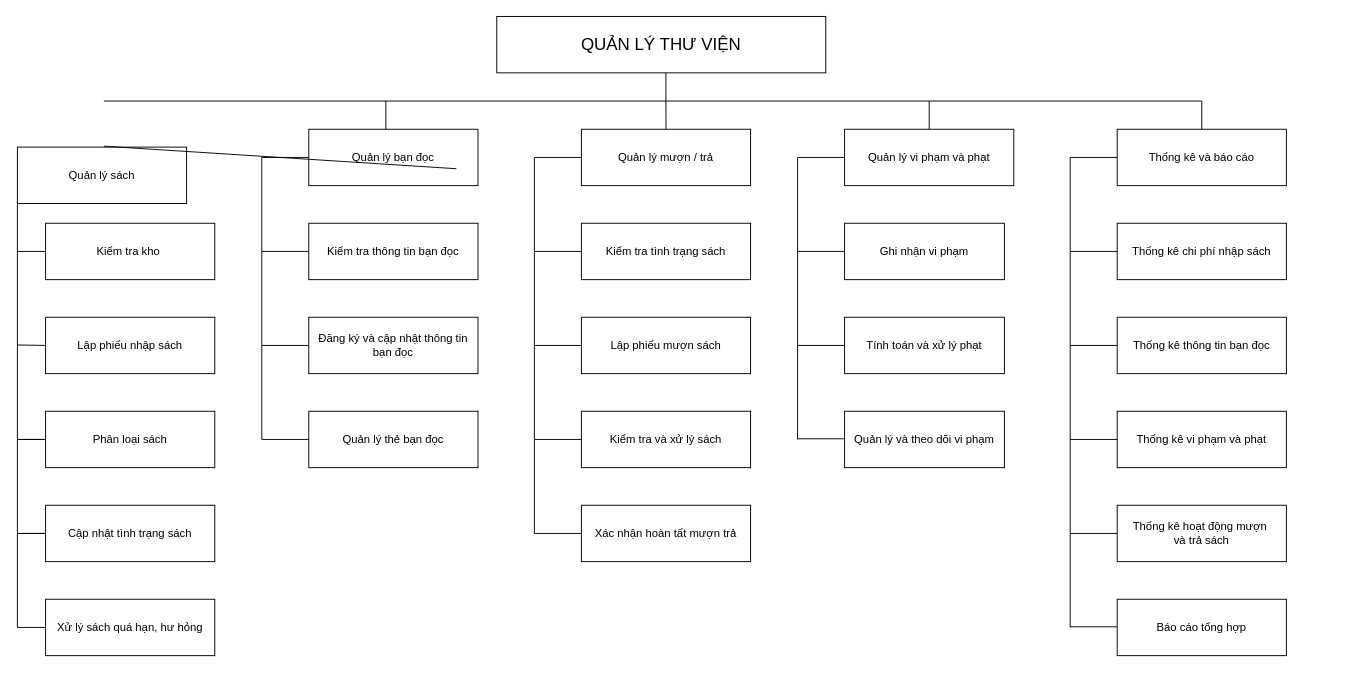
This is page "Phân cấp chức năng" (1 of 3) of Đồ án nhóm 1.drawio from Nguyenquynh235/DoAnNhom1, a draw.io file, before an edit. Source tidied: cells renumbered, new cells numbered last; positions are measured from the earlier drawing's top-left corner, leaving out a move shared by most shapes. Both pictures are drawn from the tidied source at 94%, with x=0, y=0 at pixel (17, 16).
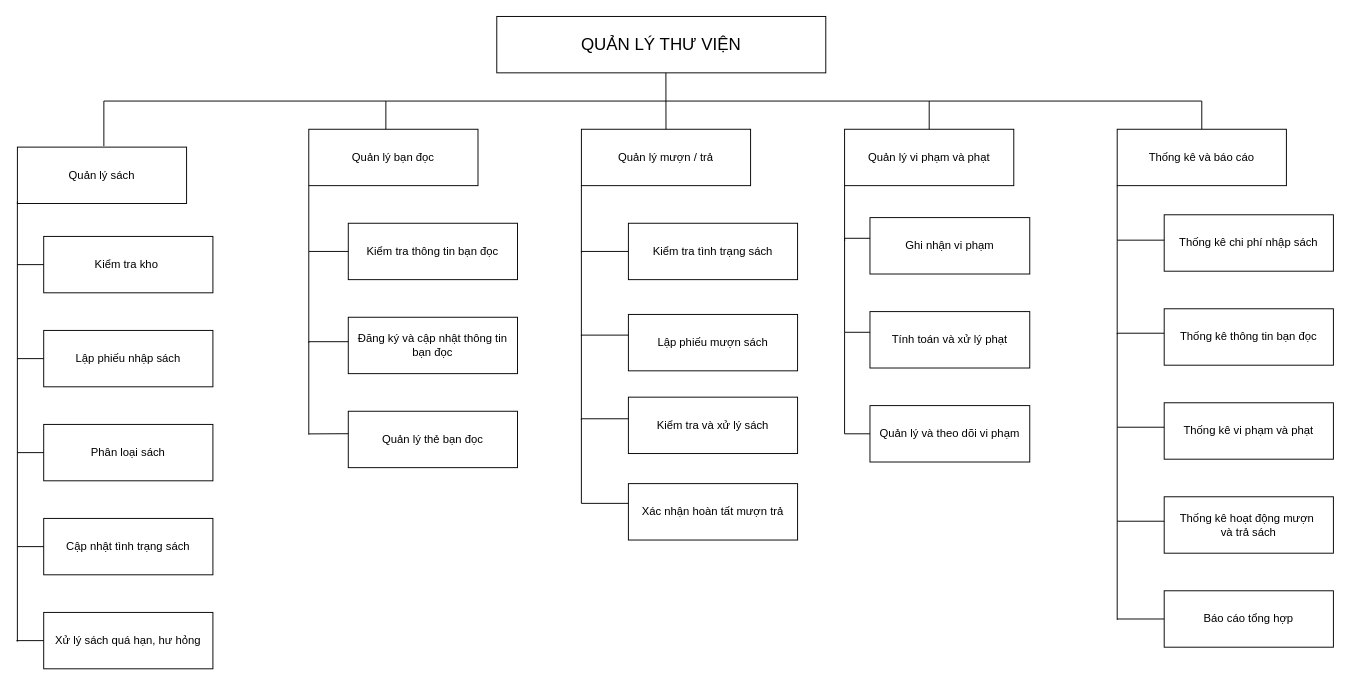
After the change.

Commit message:
Update phân cấp .drawio

The change refers to these unchanged cells:
```xml
<mxCell id="3" value="Thống kê và báo cáo" style="rounded=0;whiteSpace=wrap;html=1;" parent="1" vertex="1">
  <mxGeometry x="1170" y="120" width="180" height="60" as="geometry" />
</mxCell>
<mxCell id="4" value="Quản lý vi phạm và phạt" style="rounded=0;whiteSpace=wrap;html=1;" parent="1" vertex="1">
  <mxGeometry x="880" y="120" width="180" height="60" as="geometry" />
</mxCell>
<mxCell id="5" value="Quản lý mượn / trả" style="rounded=0;whiteSpace=wrap;html=1;" parent="1" vertex="1">
  <mxGeometry x="600" y="120" width="180" height="60" as="geometry" />
</mxCell>
<mxCell id="6" value="Quản lý bạn đọc" style="rounded=0;whiteSpace=wrap;html=1;" parent="1" vertex="1">
  <mxGeometry x="310" y="120" width="180" height="60" as="geometry" />
</mxCell>
```

The edit, as a diff of the source:
```diff
@@
     <mxCell id="8" value="Phân loại sách" style="rounded=0;whiteSpace=wrap;html=1;" parent="1" vertex="1">
-      <mxGeometry x="30" y="420" width="180" height="60" as="geometry" />
+      <mxGeometry x="28" y="434" width="180" height="60" as="geometry" />
     </mxCell>
     <mxCell id="9" value="Lập phiếu nhập sách" style="rounded=0;whiteSpace=wrap;html=1;" parent="1" vertex="1">
-      <mxGeometry x="30" y="320" width="180" height="60" as="geometry" />
+      <mxGeometry x="28" y="334" width="180" height="60" as="geometry" />
     </mxCell>
     <mxCell id="10" value="Kiểm tra kho&amp;nbsp;" style="rounded=0;whiteSpace=wrap;html=1;" parent="1" vertex="1">
-      <mxGeometry x="30" y="220" width="180" height="60" as="geometry" />
+      <mxGeometry x="28" y="234" width="180" height="60" as="geometry" />
     </mxCell>
     <mxCell id="11" value="Cập nhật tình trạng sách" style="rounded=0;whiteSpace=wrap;html=1;" parent="1" vertex="1">
-      <mxGeometry x="30" y="520" width="180" height="60" as="geometry" />
+      <mxGeometry x="28" y="534" width="180" height="60" as="geometry" />
     </mxCell>
     <mxCell id="12" value="Quản lý thẻ bạn đọc" style="rounded=0;whiteSpace=wrap;html=1;" parent="1" vertex="1">
-      <mxGeometry x="310" y="420" width="180" height="60" as="geometry" />
+      <mxGeometry x="352" y="420" width="180" height="60" as="geometry" />
     </mxCell>
     <mxCell id="13" value="Đăng ký và cập nhật thông tin bạn đọc" style="rounded=0;whiteSpace=wrap;html=1;" parent="1" vertex="1">
-      <mxGeometry x="310" y="320" width="180" height="60" as="geometry" />
+      <mxGeometry x="352" y="320" width="180" height="60" as="geometry" />
     </mxCell>
     <mxCell id="14" value="Kiểm tra thông tin bạn đọc" style="rounded=0;whiteSpace=wrap;html=1;" parent="1" vertex="1">
-      <mxGeometry x="310" y="220" width="180" height="60" as="geometry" />
+      <mxGeometry x="352" y="220" width="180" height="60" as="geometry" />
     </mxCell>
     <mxCell id="15" value="Lập phiếu mượn sách" style="rounded=0;whiteSpace=wrap;html=1;" parent="1" vertex="1">
-      <mxGeometry x="600" y="320" width="180" height="60" as="geometry" />
+      <mxGeometry x="650" y="317" width="180" height="60" as="geometry" />
     </mxCell>
     <mxCell id="16" value="Kiểm tra tình trạng sách" style="rounded=0;whiteSpace=wrap;html=1;" parent="1" vertex="1">
-      <mxGeometry x="600" y="220" width="180" height="60" as="geometry" />
+      <mxGeometry x="650" y="220" width="180" height="60" as="geometry" />
     </mxCell>
     <mxCell id="17" value="Thống kê thông tin bạn đọc" style="rounded=0;whiteSpace=wrap;html=1;" parent="1" vertex="1">
-      <mxGeometry x="1170" y="320" width="180" height="60" as="geometry" />
+      <mxGeometry x="1220" y="311" width="180" height="60" as="geometry" />
     </mxCell>
     <mxCell id="18" value="Thống kê chi phí nhập sách" style="rounded=0;whiteSpace=wrap;html=1;" parent="1" vertex="1">
-      <mxGeometry x="1170" y="220" width="180" height="60" as="geometry" />
+      <mxGeometry x="1220" y="211" width="180" height="60" as="geometry" />
     </mxCell>
     <mxCell id="19" value="Ghi nhận vi phạm" style="whiteSpace=wrap;html=1;" parent="1" vertex="1">
-      <mxGeometry x="880" y="220" width="170" height="60" as="geometry" />
+      <mxGeometry x="907" y="214" width="170" height="60" as="geometry" />
     </mxCell>
     <mxCell id="20" value="Tính toán và xử lý phạt" style="whiteSpace=wrap;html=1;" parent="1" vertex="1">
-      <mxGeometry x="880" y="320" width="170" height="60" as="geometry" />
+      <mxGeometry x="907" y="314" width="170" height="60" as="geometry" />
     </mxCell>
@@
     <mxCell id="22" style="endArrow=none;html=1;rounded=0;" parent="1" edge="1">
       <mxGeometry relative="1" as="geometry">
         <mxPoint y="197" as="sourcePoint" />
-        <mxPoint y="650" as="targetPoint" />
+        <mxPoint y="665" as="targetPoint" />
       </mxGeometry>
     </mxCell>
-    <mxCell id="23" style="endArrow=none;html=1;rounded=0;entryX=0;entryY=0.5;entryDx=0;entryDy=0;" parent="1" edge="1" target="10">
-      <mxGeometry relative="1" as="geometry">
-        <mxPoint y="250" as="sourcePoint" />
-      </mxGeometry>
-    </mxCell>
-    <mxCell id="24" style="endArrow=none;html=1;rounded=0;" parent="1" edge="1">
-      <mxGeometry relative="1" as="geometry">
-        <mxPoint x="30" y="350" as="sourcePoint" />
-        <mxPoint y="350" as="targetPoint" />
-        <Array as="points">
-          <mxPoint y="349.5" />
-        </Array>
-      </mxGeometry>
-    </mxCell>
-    <mxCell id="25" style="endArrow=none;html=1;rounded=0;exitX=0;exitY=0.5;exitDx=0;exitDy=0;" parent="1" edge="1" source="8">
-      <mxGeometry relative="1" as="geometry">
-        <mxPoint x="30" y="450" as="targetPoint" />
-        <Array as="points">
-          <mxPoint y="450" />
-        </Array>
-      </mxGeometry>
-    </mxCell>
-    <mxCell id="26" style="endArrow=none;html=1;rounded=0;entryX=0;entryY=0.5;entryDx=0;entryDy=0;exitX=0;exitY=0.5;exitDx=0;exitDy=0;" parent="1" edge="1" source="11" target="11">
-      <mxGeometry relative="1" as="geometry">
-        <Array as="points">
-          <mxPoint y="550" />
-        </Array>
-      </mxGeometry>
-    </mxCell>
@@
     <mxCell id="28" value="Xử lý sách quá hạn, hư hỏng" style="rounded=0;whiteSpace=wrap;html=1;" parent="1" vertex="1">
-      <mxGeometry x="30" y="620" width="180" height="60" as="geometry" />
+      <mxGeometry x="28" y="634" width="180" height="60" as="geometry" />
     </mxCell>
-    <mxCell id="29" style="endArrow=none;html=1;rounded=0;entryX=0;entryY=0.5;entryDx=0;entryDy=0;" parent="1" edge="1" target="28">
-      <mxGeometry relative="1" as="geometry">
-        <mxPoint y="650" as="sourcePoint" />
-        <Array as="points">
-          <mxPoint y="650" />
-          <mxPoint x="20" y="650" />
-        </Array>
-      </mxGeometry>
-    </mxCell>
     <mxCell id="30" value="Quản lý và theo dõi vi phạm" style="whiteSpace=wrap;html=1;" parent="1" vertex="1">
-      <mxGeometry x="880" y="420" width="170" height="60" as="geometry" />
+      <mxGeometry x="907" y="414" width="170" height="60" as="geometry" />
     </mxCell>
     <mxCell id="31" value="Kiểm tra và xử lý sách" style="rounded=0;whiteSpace=wrap;html=1;" parent="1" vertex="1">
-      <mxGeometry x="600" y="420" width="180" height="60" as="geometry" />
+      <mxGeometry x="650" y="405" width="180" height="60" as="geometry" />
     </mxCell>
     <mxCell id="32" value="Xác nhận hoàn tất mượn trả" style="rounded=0;whiteSpace=wrap;html=1;" parent="1" vertex="1">
-      <mxGeometry x="600" y="520" width="180" height="60" as="geometry" />
+      <mxGeometry x="650" y="497" width="180" height="60" as="geometry" />
     </mxCell>
     <mxCell id="33" value="Thống kê vi phạm và phạt" style="rounded=0;whiteSpace=wrap;html=1;" parent="1" vertex="1">
-      <mxGeometry x="1170" y="420" width="180" height="60" as="geometry" />
+      <mxGeometry x="1220" y="411" width="180" height="60" as="geometry" />
     </mxCell>
     <mxCell id="34" value="Thống kê hoạt động mượn&amp;nbsp;&lt;div&gt;và trả sách&lt;/div&gt;" style="rounded=0;whiteSpace=wrap;html=1;" parent="1" vertex="1">
-      <mxGeometry x="1170" y="520" width="180" height="60" as="geometry" />
+      <mxGeometry x="1220" y="511" width="180" height="60" as="geometry" />
     </mxCell>
     <mxCell id="35" value="Báo cáo tổng hợp" style="rounded=0;whiteSpace=wrap;html=1;" parent="1" vertex="1">
-      <mxGeometry x="1170" y="620" width="180" height="60" as="geometry" />
+      <mxGeometry x="1220" y="611" width="180" height="60" as="geometry" />
     </mxCell>
-    <mxCell id="36" style="endArrow=none;html=1;rounded=0;entryX=0;entryY=0.5;entryDx=0;entryDy=0;" parent="1" edge="1" target="6">
-      <mxGeometry relative="1" as="geometry">
-        <mxPoint x="260" y="250" as="sourcePoint" />
-        <Array as="points">
-          <mxPoint x="260" y="150" />
-        </Array>
-      </mxGeometry>
-    </mxCell>
     <mxCell id="37" style="endArrow=none;html=1;rounded=0;entryX=0;entryY=0.5;entryDx=0;entryDy=0;" parent="1" edge="1" target="14">
       <mxGeometry relative="1" as="geometry">
-        <mxPoint x="260" y="350" as="sourcePoint" />
+        <mxPoint x="310" y="347" as="sourcePoint" />
         <Array as="points">
-          <mxPoint x="260" y="250" />
+          <mxPoint x="310" y="250" />
         </Array>
       </mxGeometry>
     </mxCell>
-    <mxCell id="38" style="endArrow=none;html=1;rounded=0;exitX=0;exitY=0.5;exitDx=0;exitDy=0;" parent="1" edge="1" source="13">
-      <mxGeometry relative="1" as="geometry">
-        <mxPoint x="260" y="450" as="targetPoint" />
-        <Array as="points">
-          <mxPoint x="260" y="350" />
-        </Array>
-      </mxGeometry>
-    </mxCell>
-    <mxCell id="39" style="endArrow=none;html=1;rounded=0;entryX=0;entryY=0.5;entryDx=0;entryDy=0;" parent="1" edge="1" target="12">
+    <mxCell id="39" style="endArrow=none;html=1;rounded=0;entryX=0;entryY=0.5;entryDx=0;entryDy=0;" parent="1" edge="1">
       <mxGeometry relative="1" as="geometry">
-        <mxPoint x="260" y="450" as="sourcePoint" />
+        <mxPoint x="310" y="444.1" as="sourcePoint" />
+        <mxPoint x="352" y="443.9" as="targetPoint" />
       </mxGeometry>
     </mxCell>
@@
-    <mxCell id="43" style="endArrow=none;html=1;rounded=0;entryX=0;entryY=0.5;entryDx=0;entryDy=0;" parent="1" edge="1" target="5">
-      <mxGeometry relative="1" as="geometry">
-        <mxPoint x="550" y="250" as="sourcePoint" />
-        <Array as="points">
-          <mxPoint x="550" y="150" />
-        </Array>
-      </mxGeometry>
-    </mxCell>
-    <mxCell id="44" style="endArrow=none;html=1;rounded=0;entryX=0;entryY=0.5;entryDx=0;entryDy=0;" parent="1" edge="1" target="16">
-      <mxGeometry relative="1" as="geometry">
-        <mxPoint x="550" y="350" as="sourcePoint" />
-        <Array as="points">
-          <mxPoint x="550" y="250" />
-        </Array>
-      </mxGeometry>
-    </mxCell>
-    <mxCell id="45" style="endArrow=none;html=1;rounded=0;entryX=0;entryY=0.5;entryDx=0;entryDy=0;" parent="1" edge="1" target="15">
-      <mxGeometry relative="1" as="geometry">
-        <mxPoint x="550" y="450" as="sourcePoint" />
-        <Array as="points">
-          <mxPoint x="550" y="350" />
-        </Array>
-      </mxGeometry>
-    </mxCell>
-    <mxCell id="46" style="endArrow=none;html=1;rounded=0;entryX=0;entryY=0.5;entryDx=0;entryDy=0;" parent="1" edge="1" target="31">
-      <mxGeometry relative="1" as="geometry">
-        <mxPoint x="550" y="550" as="sourcePoint" />
-        <Array as="points">
-          <mxPoint x="550" y="450" />
-        </Array>
-      </mxGeometry>
-    </mxCell>
-    <mxCell id="47" style="endArrow=none;html=1;rounded=0;exitX=0;exitY=0.5;exitDx=0;exitDy=0;" parent="1" edge="1" source="32">
-      <mxGeometry relative="1" as="geometry">
-        <mxPoint x="550" y="550" as="targetPoint" />
-      </mxGeometry>
-    </mxCell>
-    <mxCell id="48" style="endArrow=none;html=1;rounded=0;entryX=0;entryY=0.5;entryDx=0;entryDy=0;" parent="1" edge="1">
-      <mxGeometry relative="1" as="geometry">
-        <mxPoint x="830" y="250" as="sourcePoint" />
-        <mxPoint x="880" y="150" as="targetPoint" />
-        <Array as="points">
-          <mxPoint x="830" y="150" />
-        </Array>
-      </mxGeometry>
-    </mxCell>
-    <mxCell id="49" style="endArrow=none;html=1;rounded=0;entryX=0;entryY=0.5;entryDx=0;entryDy=0;" parent="1" edge="1">
+    <mxCell id="49" style="endArrow=none;html=1;rounded=0;" parent="1" edge="1">
       <mxGeometry relative="1" as="geometry">
-        <mxPoint x="830" y="350" as="sourcePoint" />
-        <mxPoint x="880" y="250" as="targetPoint" />
+        <mxPoint x="880" y="336" as="sourcePoint" />
+        <mxPoint x="907" y="236" as="targetPoint" />
         <Array as="points">
-          <mxPoint x="830" y="250" />
+          <mxPoint x="880" y="236" />
         </Array>
       </mxGeometry>
     </mxCell>
-    <mxCell id="50" style="endArrow=none;html=1;rounded=0;exitX=0;exitY=0.5;exitDx=0;exitDy=0;" parent="1" edge="1">
-      <mxGeometry relative="1" as="geometry">
-        <mxPoint x="880" y="350" as="sourcePoint" />
-        <mxPoint x="830" y="450" as="targetPoint" />
-        <Array as="points">
-          <mxPoint x="830" y="350" />
-        </Array>
-      </mxGeometry>
-    </mxCell>
-    <mxCell id="51" style="endArrow=none;html=1;rounded=0;entryX=0;entryY=0.5;entryDx=0;entryDy=0;" parent="1" edge="1">
-      <mxGeometry relative="1" as="geometry">
-        <mxPoint x="830" y="449.3" as="sourcePoint" />
-        <mxPoint x="880" y="449.3" as="targetPoint" />
-      </mxGeometry>
-    </mxCell>
-    <mxCell id="52" style="endArrow=none;html=1;rounded=0;entryX=0;entryY=0.5;entryDx=0;entryDy=0;" parent="1" edge="1">
-      <mxGeometry relative="1" as="geometry">
-        <mxPoint x="1120" y="250" as="sourcePoint" />
-        <mxPoint x="1170" y="150" as="targetPoint" />
-        <Array as="points">
-          <mxPoint x="1120" y="150" />
-        </Array>
-      </mxGeometry>
-    </mxCell>
     <mxCell id="53" style="endArrow=none;html=1;rounded=0;entryX=0;entryY=0.5;entryDx=0;entryDy=0;" parent="1" edge="1">
       <mxGeometry relative="1" as="geometry">
-        <mxPoint x="1120" y="350" as="sourcePoint" />
-        <mxPoint x="1170" y="250" as="targetPoint" />
+        <mxPoint x="1170" y="338" as="sourcePoint" />
+        <mxPoint x="1220" y="238" as="targetPoint" />
         <Array as="points">
-          <mxPoint x="1120" y="250" />
+          <mxPoint x="1170" y="238" />
         </Array>
       </mxGeometry>
     </mxCell>
     <mxCell id="54" style="endArrow=none;html=1;rounded=0;entryX=0;entryY=0.5;entryDx=0;entryDy=0;" parent="1" edge="1">
       <mxGeometry relative="1" as="geometry">
-        <mxPoint x="1120" y="450" as="sourcePoint" />
-        <mxPoint x="1170" y="350" as="targetPoint" />
+        <mxPoint x="1170" y="437" as="sourcePoint" />
+        <mxPoint x="1220" y="337" as="targetPoint" />
         <Array as="points">
-          <mxPoint x="1120" y="350" />
+          <mxPoint x="1170" y="337" />
         </Array>
       </mxGeometry>
     </mxCell>
     <mxCell id="55" style="endArrow=none;html=1;rounded=0;entryX=0;entryY=0.5;entryDx=0;entryDy=0;" parent="1" edge="1">
       <mxGeometry relative="1" as="geometry">
-        <mxPoint x="1120" y="550" as="sourcePoint" />
-        <mxPoint x="1170" y="450" as="targetPoint" />
+        <mxPoint x="1170" y="537" as="sourcePoint" />
+        <mxPoint x="1220" y="437" as="targetPoint" />
         <Array as="points">
-          <mxPoint x="1120" y="450" />
+          <mxPoint x="1170" y="437" />
         </Array>
       </mxGeometry>
     </mxCell>
     <mxCell id="56" style="endArrow=none;html=1;rounded=0;entryX=0;entryY=0.5;entryDx=0;entryDy=0;" parent="1" edge="1">
       <mxGeometry relative="1" as="geometry">
-        <mxPoint x="1120" y="650" as="sourcePoint" />
-        <mxPoint x="1170" y="550" as="targetPoint" />
+        <mxPoint x="1170" y="642" as="sourcePoint" />
+        <mxPoint x="1220" y="537" as="targetPoint" />
         <Array as="points">
-          <mxPoint x="1120" y="550" />
+          <mxPoint x="1170" y="537" />
         </Array>
       </mxGeometry>
     </mxCell>
-    <mxCell id="57" style="endArrow=none;html=1;rounded=0;entryX=0;entryY=0.5;entryDx=0;entryDy=0;" parent="1" edge="1">
-      <mxGeometry relative="1" as="geometry">
-        <mxPoint x="1120" y="649.3" as="sourcePoint" />
-        <mxPoint x="1170" y="649.3" as="targetPoint" />
-      </mxGeometry>
-    </mxCell>
     <mxCell id="58" style="endArrow=none;html=1;rounded=0;" parent="1" edge="1">
       <mxGeometry relative="1" as="geometry">
         <mxPoint x="92" y="138" as="sourcePoint" />
-        <mxPoint x="467" y="162" as="targetPoint" />
+        <mxPoint x="92" y="90" as="targetPoint" />
       </mxGeometry>
     </mxCell>
+    <mxCell id="59" style="endArrow=none;html=1;rounded=0;exitX=0;exitY=0.5;exitDx=0;exitDy=0;" parent="1" edge="1" source="10">
+      <mxGeometry relative="1" as="geometry">
+        <mxPoint y="264" as="targetPoint" />
+      </mxGeometry>
+    </mxCell>
+    <mxCell id="60" style="endArrow=none;html=1;rounded=0;exitX=0;exitY=0.5;exitDx=0;exitDy=0;" parent="1" edge="1" source="9">
+      <mxGeometry relative="1" as="geometry">
+        <mxPoint y="364" as="targetPoint" />
+      </mxGeometry>
+    </mxCell>
+    <mxCell id="61" style="endArrow=none;html=1;rounded=0;entryX=0;entryY=0.5;entryDx=0;entryDy=0;" parent="1" edge="1" target="8">
+      <mxGeometry relative="1" as="geometry">
+        <mxPoint y="464" as="sourcePoint" />
+      </mxGeometry>
+    </mxCell>
+    <mxCell id="62" style="endArrow=none;html=1;rounded=0;entryX=0;entryY=0.5;entryDx=0;entryDy=0;" parent="1" edge="1" target="11">
+      <mxGeometry relative="1" as="geometry">
+        <mxPoint y="564" as="sourcePoint" />
+      </mxGeometry>
+    </mxCell>
+    <mxCell id="63" style="endArrow=none;html=1;rounded=0;entryX=0;entryY=0.5;entryDx=0;entryDy=0;" parent="1" edge="1" target="28">
+      <mxGeometry relative="1" as="geometry">
+        <mxPoint x="-1" y="664" as="sourcePoint" />
+      </mxGeometry>
+    </mxCell>
+    <mxCell id="64" style="endArrow=none;html=1;rounded=0;entryX=0;entryY=1;entryDx=0;entryDy=0;" parent="1" edge="1" target="3">
+      <mxGeometry relative="1" as="geometry">
+        <mxPoint x="1170" y="238" as="sourcePoint" />
+      </mxGeometry>
+    </mxCell>
+    <mxCell id="65" style="endArrow=none;html=1;rounded=0;entryX=0;entryY=0.5;entryDx=0;entryDy=0;" parent="1" edge="1" target="35">
+      <mxGeometry relative="1" as="geometry">
+        <mxPoint x="1170" y="641" as="sourcePoint" />
+      </mxGeometry>
+    </mxCell>
+    <mxCell id="66" style="endArrow=none;html=1;rounded=0;" parent="1" edge="1">
+      <mxGeometry relative="1" as="geometry">
+        <mxPoint x="880" y="444" as="sourcePoint" />
+        <mxPoint x="907" y="336" as="targetPoint" />
+        <Array as="points">
+          <mxPoint x="880" y="336" />
+        </Array>
+      </mxGeometry>
+    </mxCell>
+    <mxCell id="67" style="endArrow=none;html=1;rounded=0;exitX=0;exitY=0.5;exitDx=0;exitDy=0;" parent="1" edge="1" source="30">
+      <mxGeometry relative="1" as="geometry">
+        <mxPoint x="880" y="444" as="targetPoint" />
+      </mxGeometry>
+    </mxCell>
+    <mxCell id="68" style="endArrow=none;html=1;rounded=0;entryX=0;entryY=1;entryDx=0;entryDy=0;" parent="1" edge="1" target="4">
+      <mxGeometry relative="1" as="geometry">
+        <mxPoint x="880" y="239" as="sourcePoint" />
+      </mxGeometry>
+    </mxCell>
+    <mxCell id="69" style="endArrow=none;html=1;rounded=0;entryX=0;entryY=0.5;entryDx=0;entryDy=0;" parent="1" edge="1" target="16">
+      <mxGeometry relative="1" as="geometry">
+        <mxPoint x="600" y="340" as="sourcePoint" />
+        <Array as="points">
+          <mxPoint x="600" y="250" />
+        </Array>
+      </mxGeometry>
+    </mxCell>
+    <mxCell id="70" style="endArrow=none;html=1;rounded=0;entryX=0;entryY=1;entryDx=0;entryDy=0;" parent="1" edge="1" target="5">
+      <mxGeometry relative="1" as="geometry">
+        <mxPoint x="600" y="251" as="sourcePoint" />
+      </mxGeometry>
+    </mxCell>
+    <mxCell id="71" style="endArrow=none;html=1;rounded=0;entryX=0;entryY=0.5;entryDx=0;entryDy=0;" parent="1" edge="1">
+      <mxGeometry relative="1" as="geometry">
+        <mxPoint x="600" y="429" as="sourcePoint" />
+        <mxPoint x="650" y="339" as="targetPoint" />
+        <Array as="points">
+          <mxPoint x="600" y="339" />
+        </Array>
+      </mxGeometry>
+    </mxCell>
+    <mxCell id="72" style="endArrow=none;html=1;rounded=0;entryX=0;entryY=0.5;entryDx=0;entryDy=0;" parent="1" edge="1">
+      <mxGeometry relative="1" as="geometry">
+        <mxPoint x="600" y="518" as="sourcePoint" />
+        <mxPoint x="650" y="428" as="targetPoint" />
+        <Array as="points">
+          <mxPoint x="600" y="428" />
+        </Array>
+      </mxGeometry>
+    </mxCell>
+    <mxCell id="73" style="endArrow=none;html=1;rounded=0;" parent="1" edge="1">
+      <mxGeometry relative="1" as="geometry">
+        <mxPoint x="600" y="518" as="sourcePoint" />
+        <mxPoint x="650" y="518" as="targetPoint" />
+      </mxGeometry>
+    </mxCell>
+    <mxCell id="74" style="endArrow=none;html=1;rounded=0;entryX=0;entryY=1;entryDx=0;entryDy=0;" parent="1" edge="1" target="6">
+      <mxGeometry relative="1" as="geometry">
+        <mxPoint x="310" y="250" as="sourcePoint" />
+      </mxGeometry>
+    </mxCell>
+    <mxCell id="75" style="endArrow=none;html=1;rounded=0;entryX=0;entryY=0.5;entryDx=0;entryDy=0;" parent="1" edge="1">
+      <mxGeometry relative="1" as="geometry">
+        <mxPoint x="310" y="445" as="sourcePoint" />
+        <mxPoint x="352" y="346" as="targetPoint" />
+        <Array as="points">
+          <mxPoint x="310" y="346" />
+        </Array>
+      </mxGeometry>
+    </mxCell>
```
